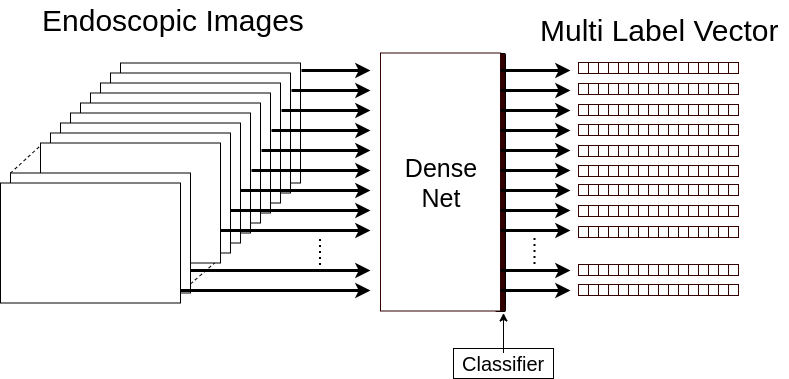
Above: paper/ieice/fig/ieice2.png in shinn1r0/endoscopic_images2karte (draw.io), before the change. Source tidied: cells renumbered, new cells last; positions are measured from the earlier drawing's top-left corner, leaving out a move shared by most shapes.
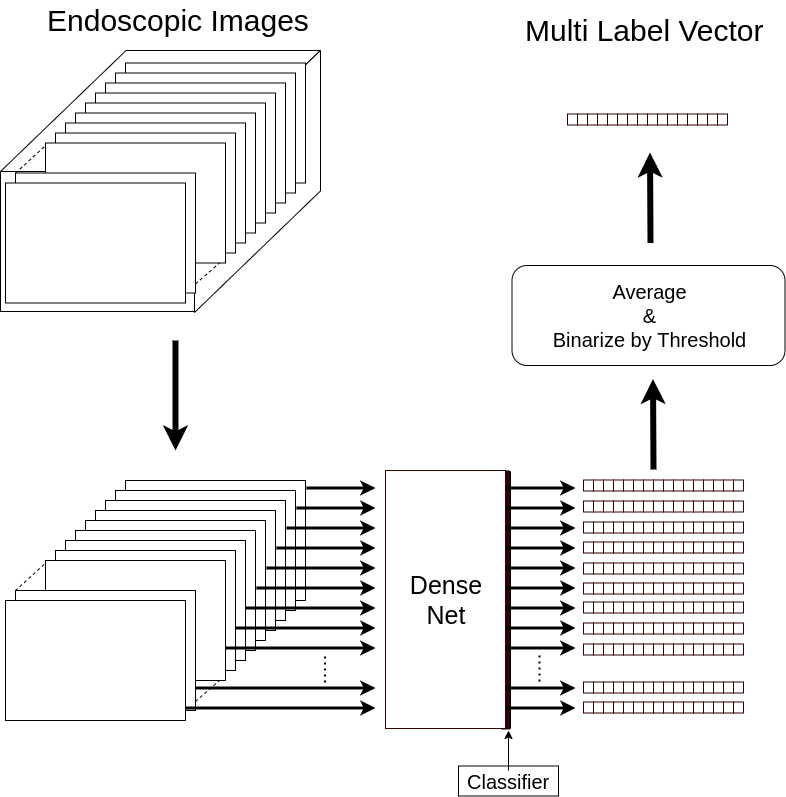
The same diagram one commit later.

Diff of the diagram source:
```diff
@@ -50,7 +50,7 @@
       <mxGeometry y="182.5" width="180" height="120" as="geometry" />
     </mxCell>
     <mxCell id="16" value="&lt;font style=&quot;font-size: 30px&quot;&gt;Endoscopic Images&lt;/font&gt;" style="text;html=1;align=left;verticalAlign=top;spacingTop=-4;" parent="1" vertex="1">
-      <mxGeometry x="40" width="280" height="20" as="geometry" />
+      <mxGeometry x="40" y="-417.5" width="280" height="20" as="geometry" />
     </mxCell>
     <mxCell id="17" style="rounded=1;whiteSpace=wrap;html=1;fillColor=#330000;" parent="1" vertex="1">
       <mxGeometry x="495" y="53" width="10" height="258" as="geometry" />
@@ -740,7 +740,132 @@
       <mxGeometry x="728" y="284" width="10" height="11" as="geometry" />
     </mxCell>
     <mxCell id="221" value="&lt;font style=&quot;font-size: 30px&quot;&gt;Multi Label Vector&lt;/font&gt;" style="text;html=1;align=left;verticalAlign=top;spacingTop=-4;" parent="1" vertex="1">
-      <mxGeometry x="538" y="10" width="250" height="20" as="geometry" />
+      <mxGeometry x="518" y="-407.5" width="250" height="20" as="geometry" />
     </mxCell>
+    <mxCell id="222" style="rounded=0;whiteSpace=wrap;html=1;" parent="1" vertex="1">
+      <mxGeometry x="-5" y="-246.5" width="195" height="140" as="geometry" />
+    </mxCell>
+    <mxCell id="223" style="shape=parallelogram;perimeter=parallelogramPerimeter;whiteSpace=wrap;html=1;size=0.3924050632911392;" parent="1" vertex="1">
+      <mxGeometry x="-5" y="-367.5" width="320" height="121" as="geometry" />
+    </mxCell>
+    <mxCell id="224" style="shape=parallelogram;perimeter=parallelogramPerimeter;whiteSpace=wrap;html=1;size=0.46387832699619774;rotation=-90;direction=west;flipH=1;" parent="1" vertex="1">
+      <mxGeometry x="121" y="-299.5" width="262" height="126" as="geometry" />
+    </mxCell>
+    <mxCell id="225" style="rounded=0;whiteSpace=wrap;html=1;" parent="1" vertex="1">
+      <mxGeometry x="120" y="-355" width="180" height="120" as="geometry" />
+    </mxCell>
+    <mxCell id="226" style="rounded=0;whiteSpace=wrap;html=1;" parent="1" vertex="1">
+      <mxGeometry x="110" y="-345" width="180" height="120" as="geometry" />
+    </mxCell>
+    <mxCell id="227" style="endArrow=none;dashed=1;html=1;exitX=0.996;exitY=0.003;exitDx=0;exitDy=0;exitPerimeter=0;" parent="1" edge="1" source="237">
+      <mxGeometry relative="1" as="geometry">
+        <mxPoint x="220" y="-275" as="targetPoint" />
+      </mxGeometry>
+    </mxCell>
+    <mxCell id="228" style="rounded=0;whiteSpace=wrap;html=1;" parent="1" vertex="1">
+      <mxGeometry x="100" y="-335" width="180" height="120" as="geometry" />
+    </mxCell>
+    <mxCell id="229" style="rounded=0;whiteSpace=wrap;html=1;" parent="1" vertex="1">
+      <mxGeometry x="90" y="-325" width="180" height="120" as="geometry" />
+    </mxCell>
+    <mxCell id="230" style="rounded=0;whiteSpace=wrap;html=1;" parent="1" vertex="1">
+      <mxGeometry x="80" y="-315" width="180" height="120" as="geometry" />
+    </mxCell>
+    <mxCell id="231" style="rounded=0;whiteSpace=wrap;html=1;" parent="1" vertex="1">
+      <mxGeometry x="70" y="-305" width="180" height="120" as="geometry" />
+    </mxCell>
+    <mxCell id="232" style="rounded=0;whiteSpace=wrap;html=1;" parent="1" vertex="1">
+      <mxGeometry x="60" y="-295" width="180" height="120" as="geometry" />
+    </mxCell>
+    <mxCell id="233" style="rounded=0;whiteSpace=wrap;html=1;" parent="1" vertex="1">
+      <mxGeometry x="50" y="-285" width="180" height="120" as="geometry" />
+    </mxCell>
+    <mxCell id="234" style="rounded=0;whiteSpace=wrap;html=1;" parent="1" vertex="1">
+      <mxGeometry x="40" y="-275" width="180" height="120" as="geometry" />
+    </mxCell>
+    <mxCell id="235" style="endArrow=none;dashed=1;html=1;exitX=0.977;exitY=0.936;exitDx=0;exitDy=0;exitPerimeter=0;" parent="1" edge="1">
+      <mxGeometry relative="1" as="geometry">
+        <mxPoint x="190" y="-134" as="sourcePoint" />
+        <mxPoint x="214" y="-155" as="targetPoint" />
+      </mxGeometry>
+    </mxCell>
+    <mxCell id="236" style="endArrow=none;dashed=1;html=1;exitX=-0.001;exitY=0.002;exitDx=0;exitDy=0;exitPerimeter=0;entryX=0.002;entryY=0.019;entryDx=0;entryDy=0;entryPerimeter=0;" parent="1" edge="1" source="237" target="234">
+      <mxGeometry relative="1" as="geometry" />
+    </mxCell>
+    <mxCell id="237" style="rounded=0;whiteSpace=wrap;html=1;" parent="1" vertex="1">
+      <mxGeometry x="10" y="-245" width="180" height="120" as="geometry" />
+    </mxCell>
+    <mxCell id="238" style="rounded=0;whiteSpace=wrap;html=1;" parent="1" vertex="1">
+      <mxGeometry y="-235" width="180" height="120" as="geometry" />
+    </mxCell>
+    <mxCell id="239" style="endArrow=classic;html=1;strokeWidth=6;" parent="1" edge="1">
+      <mxGeometry relative="1" as="geometry">
+        <mxPoint x="170" y="-77.5" as="sourcePoint" />
+        <mxPoint x="170" y="32.5" as="targetPoint" />
+      </mxGeometry>
+    </mxCell>
+    <mxCell id="240" style="endArrow=classic;html=1;strokeWidth=6;" parent="1" edge="1">
+      <mxGeometry relative="1" as="geometry">
+        <mxPoint x="648" y="51.5" as="sourcePoint" />
+        <mxPoint x="647.5" y="-39" as="targetPoint" />
+      </mxGeometry>
+    </mxCell>
+    <mxCell id="241" style="rounded=0;whiteSpace=wrap;html=1;strokeColor=#330000;fillColor=#FFFFFF;" parent="1" vertex="1">
+      <mxGeometry x="562" y="-304" width="10" height="11" as="geometry" />
+    </mxCell>
+    <mxCell id="242" style="rounded=0;whiteSpace=wrap;html=1;strokeColor=#330000;fillColor=#FFFFFF;" parent="1" vertex="1">
+      <mxGeometry x="572" y="-304" width="10" height="11" as="geometry" />
+    </mxCell>
+    <mxCell id="243" style="rounded=0;whiteSpace=wrap;html=1;strokeColor=#330000;fillColor=#FFFFFF;" parent="1" vertex="1">
+      <mxGeometry x="582" y="-304" width="10" height="11" as="geometry" />
+    </mxCell>
+    <mxCell id="244" style="rounded=0;whiteSpace=wrap;html=1;strokeColor=#330000;fillColor=#FFFFFF;" parent="1" vertex="1">
+      <mxGeometry x="592" y="-304" width="10" height="11" as="geometry" />
+    </mxCell>
+    <mxCell id="245" style="rounded=0;whiteSpace=wrap;html=1;strokeColor=#330000;fillColor=#FFFFFF;" parent="1" vertex="1">
+      <mxGeometry x="602" y="-304" width="10" height="11" as="geometry" />
+    </mxCell>
+    <mxCell id="246" style="rounded=0;whiteSpace=wrap;html=1;strokeColor=#330000;fillColor=#FFFFFF;" parent="1" vertex="1">
+      <mxGeometry x="612" y="-304" width="10" height="11" as="geometry" />
+    </mxCell>
+    <mxCell id="247" style="rounded=0;whiteSpace=wrap;html=1;strokeColor=#330000;fillColor=#FFFFFF;" parent="1" vertex="1">
+      <mxGeometry x="622" y="-304" width="10" height="11" as="geometry" />
+    </mxCell>
+    <mxCell id="248" style="rounded=0;whiteSpace=wrap;html=1;strokeColor=#330000;fillColor=#FFFFFF;" parent="1" vertex="1">
+      <mxGeometry x="632" y="-304" width="10" height="11" as="geometry" />
+    </mxCell>
+    <mxCell id="249" style="rounded=0;whiteSpace=wrap;html=1;strokeColor=#330000;fillColor=#FFFFFF;" parent="1" vertex="1">
+      <mxGeometry x="642" y="-304" width="10" height="11" as="geometry" />
+    </mxCell>
+    <mxCell id="250" style="rounded=0;whiteSpace=wrap;html=1;strokeColor=#330000;fillColor=#FFFFFF;" parent="1" vertex="1">
+      <mxGeometry x="652" y="-304" width="10" height="11" as="geometry" />
+    </mxCell>
+    <mxCell id="251" style="rounded=0;whiteSpace=wrap;html=1;strokeColor=#330000;fillColor=#FFFFFF;" parent="1" vertex="1">
+      <mxGeometry x="662" y="-304" width="10" height="11" as="geometry" />
+    </mxCell>
+    <mxCell id="252" style="rounded=0;whiteSpace=wrap;html=1;strokeColor=#330000;fillColor=#FFFFFF;" parent="1" vertex="1">
+      <mxGeometry x="672" y="-304" width="10" height="11" as="geometry" />
+    </mxCell>
+    <mxCell id="253" style="rounded=0;whiteSpace=wrap;html=1;strokeColor=#330000;fillColor=#FFFFFF;" parent="1" vertex="1">
+      <mxGeometry x="682" y="-304" width="10" height="11" as="geometry" />
+    </mxCell>
+    <mxCell id="254" style="rounded=0;whiteSpace=wrap;html=1;strokeColor=#330000;fillColor=#FFFFFF;" parent="1" vertex="1">
+      <mxGeometry x="692" y="-304" width="10" height="11" as="geometry" />
+    </mxCell>
+    <mxCell id="255" style="rounded=0;whiteSpace=wrap;html=1;strokeColor=#330000;fillColor=#FFFFFF;" parent="1" vertex="1">
+      <mxGeometry x="702" y="-304" width="10" height="11" as="geometry" />
+    </mxCell>
+    <mxCell id="256" style="rounded=0;whiteSpace=wrap;html=1;strokeColor=#330000;fillColor=#FFFFFF;" parent="1" vertex="1">
+      <mxGeometry x="712" y="-304" width="10" height="11" as="geometry" />
+    </mxCell>
+    <mxCell id="257" value="&lt;font style=&quot;font-size: 20px&quot;&gt;Average&lt;br&gt;&amp;amp;&lt;br&gt;Binarize by Threshold&lt;/font&gt;" style="rounded=1;whiteSpace=wrap;html=1;" parent="1" vertex="1">
+      <mxGeometry x="506.5" y="-152.5" width="273" height="100" as="geometry" />
+    </mxCell>
+    <mxCell id="258" style="endArrow=classic;html=1;strokeWidth=6;" parent="1" edge="1">
+      <mxGeometry relative="1" as="geometry">
+        <mxPoint x="645" y="-175" as="sourcePoint" />
+        <mxPoint x="644.5" y="-265.5" as="targetPoint" />
+      </mxGeometry>
+    </mxCell>
   </root>
 </mxGraphModel>
```
